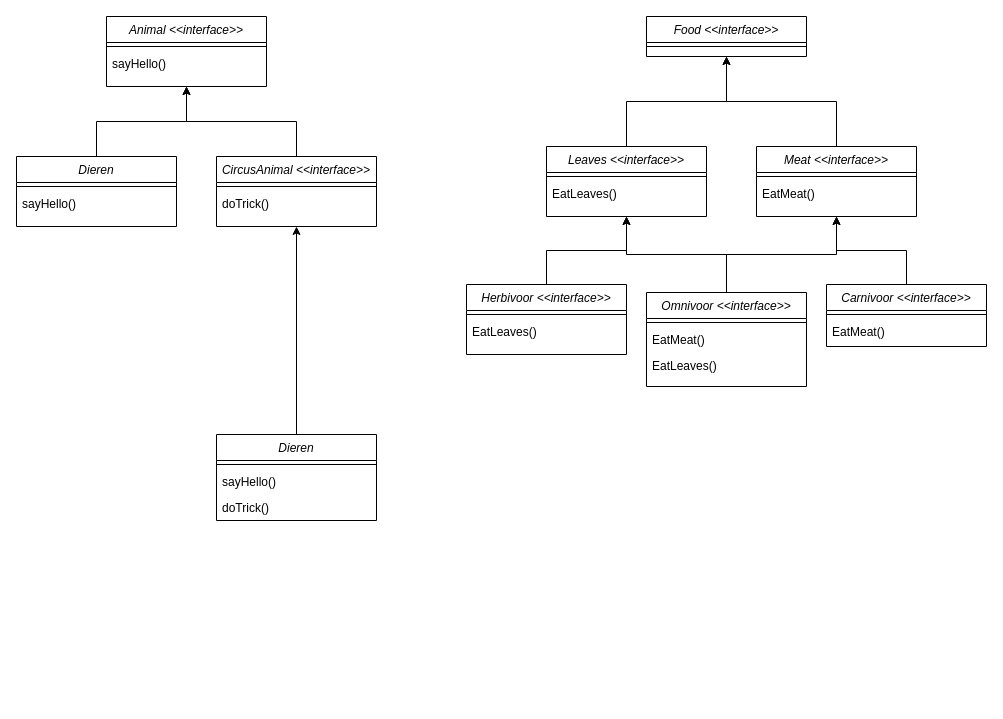
Before: Zoo.drawio in 123wouter/ING-zoo, a draw.io diagram. Source tidied: cells renumbered, new cells numbered last; positions are measured from the earlier drawing's top-left corner, leaving out a move shared by most shapes. Both pictures are drawn from the tidied source at 100%, with x=0, y=0 at pixel (16, 16).
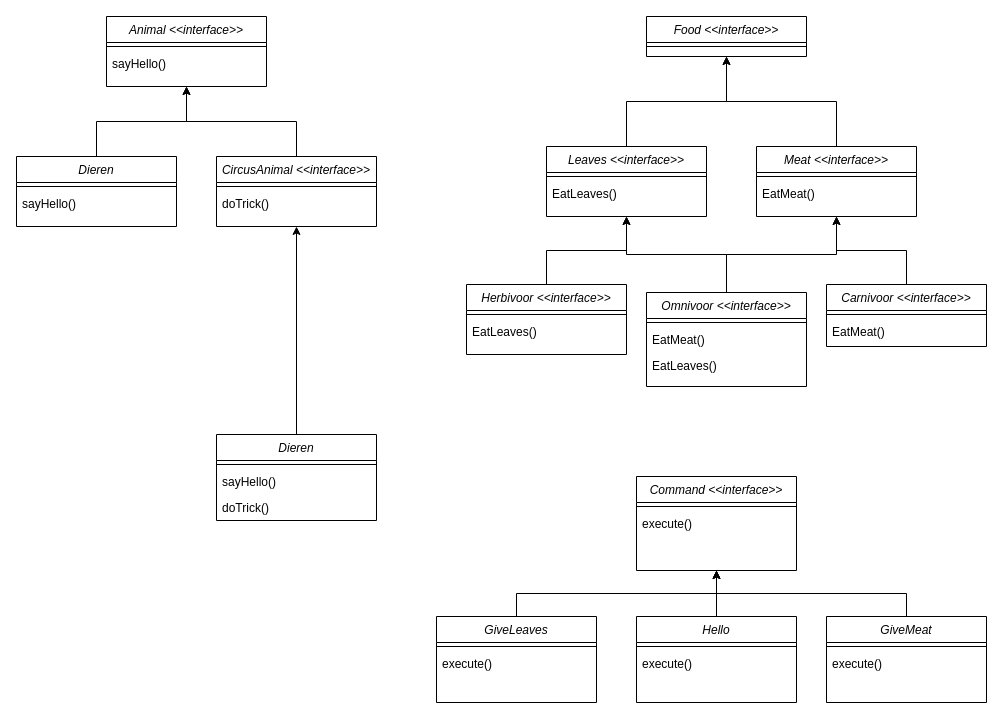
The same page after the edit.

The edit, as a diff of the source:
```diff
@@
+    <mxCell id="42" value="Command &lt;&lt;interface&gt;&gt;" style="swimlane;fontStyle=2;align=center;verticalAlign=top;horizontal=1;startSize=26;rounded=0;shadow=0;strokeWidth=1;" parent="1" vertex="1">
+      <mxGeometry x="620" y="460" width="160" height="94" as="geometry" />
+    </mxCell>
+    <mxCell id="43" style="line;html=1;strokeWidth=1;align=left;verticalAlign=middle;spacingTop=-1;spacingLeft=3;spacingRight=3;labelPosition=right;" parent="42" vertex="1">
+      <mxGeometry y="26" width="160" height="8" as="geometry" />
+    </mxCell>
+    <mxCell id="44" value="execute()" style="text;align=left;verticalAlign=top;spacingLeft=4;spacingRight=4;overflow=hidden;" parent="42" vertex="1">
+      <mxGeometry y="34" width="160" height="26" as="geometry" />
+    </mxCell>
+    <mxCell id="45" style="edgeStyle=orthogonalEdgeStyle;rounded=0;jettySize=auto;html=1;exitX=0.5;exitY=0;exitDx=0;exitDy=0;" parent="1" edge="1" source="54" target="42">
+      <mxGeometry relative="1" as="geometry" />
+    </mxCell>
+    <mxCell id="46" style="edgeStyle=orthogonalEdgeStyle;rounded=0;jettySize=auto;html=1;exitX=0.5;exitY=0;exitDx=0;exitDy=0;" parent="1" edge="1" source="51" target="42">
+      <mxGeometry relative="1" as="geometry" />
+    </mxCell>
+    <mxCell id="47" style="edgeStyle=orthogonalEdgeStyle;rounded=0;jettySize=auto;html=1;exitX=0.5;exitY=0;exitDx=0;exitDy=0;" parent="1" edge="1" source="48" target="42">
+      <mxGeometry relative="1" as="geometry" />
+    </mxCell>
+    <mxCell id="48" value="GiveLeaves" style="swimlane;fontStyle=2;align=center;verticalAlign=top;horizontal=1;startSize=26;rounded=0;shadow=0;strokeWidth=1;" parent="1" vertex="1">
+      <mxGeometry x="420" y="600" width="160" height="86" as="geometry" />
+    </mxCell>
+    <mxCell id="49" style="line;html=1;strokeWidth=1;align=left;verticalAlign=middle;spacingTop=-1;spacingLeft=3;spacingRight=3;labelPosition=right;" parent="48" vertex="1">
+      <mxGeometry y="26" width="160" height="8" as="geometry" />
+    </mxCell>
+    <mxCell id="50" value="execute()" style="text;align=left;verticalAlign=top;spacingLeft=4;spacingRight=4;overflow=hidden;" parent="48" vertex="1">
+      <mxGeometry y="34" width="160" height="26" as="geometry" />
+    </mxCell>
+    <mxCell id="51" value="Hello" style="swimlane;fontStyle=2;align=center;verticalAlign=top;horizontal=1;startSize=26;rounded=0;shadow=0;strokeWidth=1;" parent="1" vertex="1">
+      <mxGeometry x="620" y="600" width="160" height="86" as="geometry" />
+    </mxCell>
+    <mxCell id="52" style="line;html=1;strokeWidth=1;align=left;verticalAlign=middle;spacingTop=-1;spacingLeft=3;spacingRight=3;labelPosition=right;" parent="51" vertex="1">
+      <mxGeometry y="26" width="160" height="8" as="geometry" />
+    </mxCell>
+    <mxCell id="53" value="execute()" style="text;align=left;verticalAlign=top;spacingLeft=4;spacingRight=4;overflow=hidden;" parent="51" vertex="1">
+      <mxGeometry y="34" width="160" height="26" as="geometry" />
+    </mxCell>
+    <mxCell id="54" value="GiveMeat" style="swimlane;fontStyle=2;align=center;verticalAlign=top;horizontal=1;startSize=26;rounded=0;shadow=0;strokeWidth=1;" parent="1" vertex="1">
+      <mxGeometry x="810" y="600" width="160" height="86" as="geometry" />
+    </mxCell>
+    <mxCell id="55" style="line;html=1;strokeWidth=1;align=left;verticalAlign=middle;spacingTop=-1;spacingLeft=3;spacingRight=3;labelPosition=right;" parent="54" vertex="1">
+      <mxGeometry y="26" width="160" height="8" as="geometry" />
+    </mxCell>
+    <mxCell id="56" value="execute()" style="text;align=left;verticalAlign=top;spacingLeft=4;spacingRight=4;overflow=hidden;" parent="54" vertex="1">
+      <mxGeometry y="34" width="160" height="26" as="geometry" />
+    </mxCell>
```
